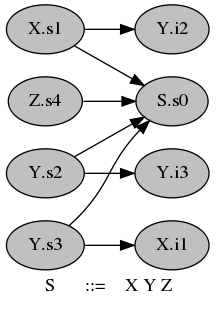
Earlier version of the Graphviz export src/out_graph/dp_graph_1.dot.png (gerakilmurray/genevalmag). Its source is kept beside it as src/out_graph/dp_graph_1.dot.
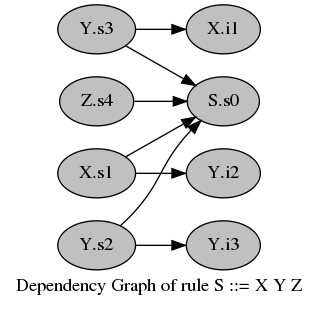
The same diagram one commit later.

The edit, as a diff of the source:
```diff
@@ -1,21 +1,21 @@
 digraph G {
 graph [
-label="S	::=	X Y Z", rankdir="LR", ratio="compress"];
+label="Dependency Graph of rule S ::= X Y Z", rankdir="LR", ratio="compress"];
 node [
 color="black", fillcolor="gray", shape="ellipse", style="filled"];
-0[label="S.s0"];
-1[label="X.s1"];
-2[label="Y.s2"];
-3[label="Y.s3"];
-4[label="Z.s4"];
-5[label="X.i1"];
+0[label="X.i1"];
+1[label="Y.s3"];
+2[label="S.s0"];
+3[label="X.s1"];
+4[label="Y.s2"];
+5[label="Z.s4"];
 6[label="Y.i2"];
 7[label="Y.i3"];
 1->0 ;
-1->6 ;
-2->0 ;
-2->7 ;
-3->0 ;
-3->5 ;
-4->0 ;
+1->2 ;
+3->2 ;
+3->6 ;
+4->2 ;
+4->7 ;
+5->2 ;
 }
```
